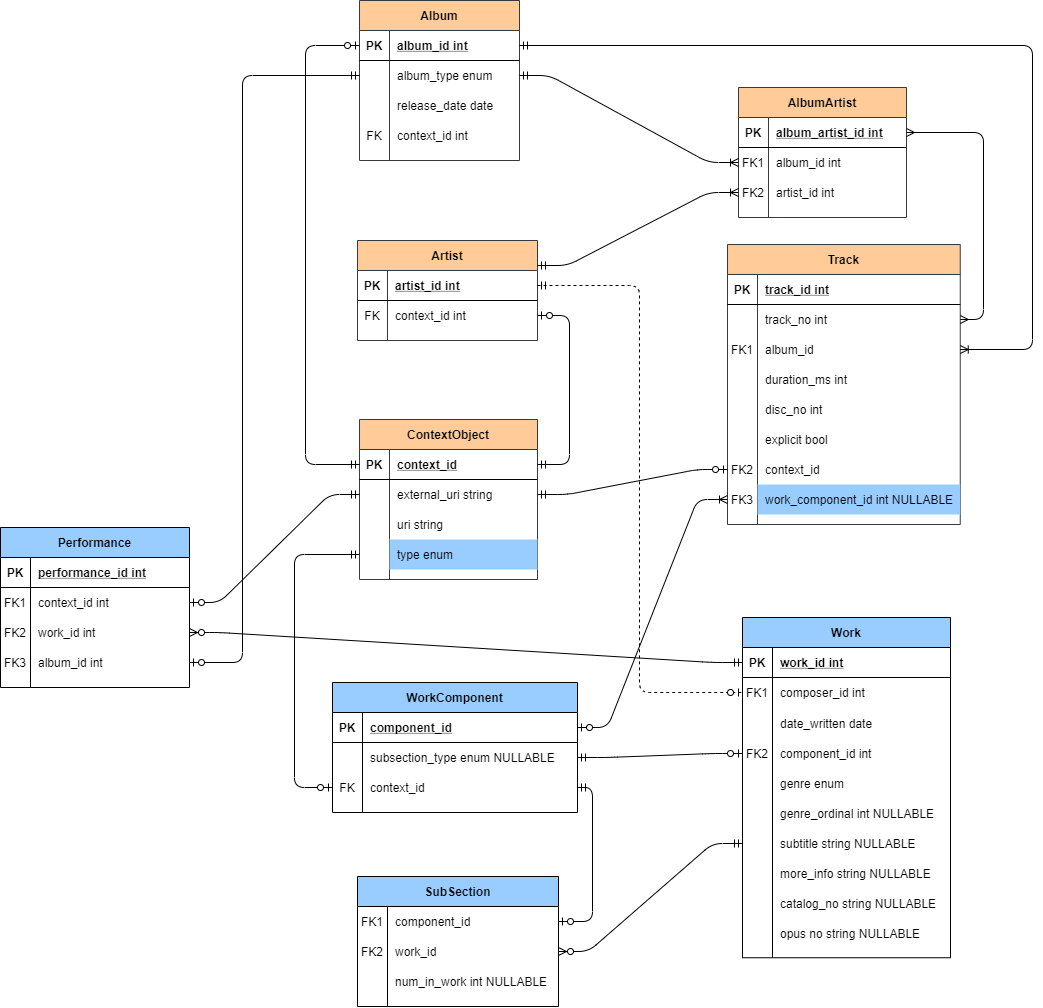
This is docs/spotify_opus_erd.png from james-menzies/spotify_opus, a draw.io export, as it was before one commit. Source tidied: cells renumbered, new cells last; positions are measured from the earlier drawing's top-left corner, leaving out a move shared by most shapes.
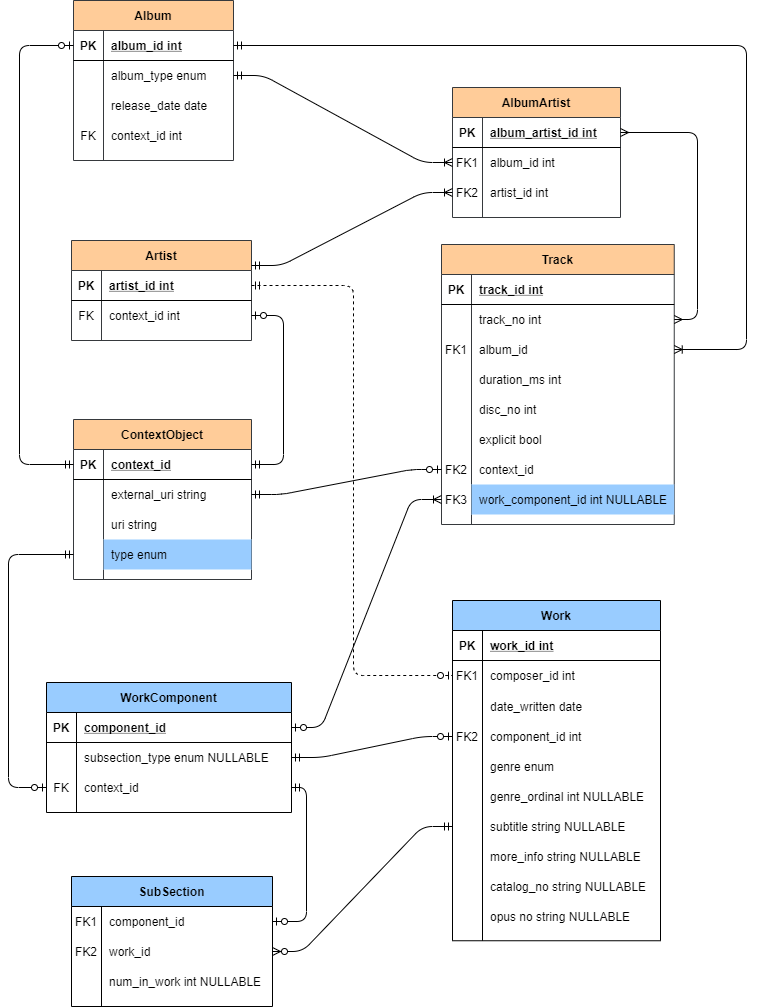
Later version of the same file.

Commit message:
erd simplified

What changed in the source:
```diff
@@ -275,7 +275,7 @@
       <mxGeometry x="30" width="215" height="30" as="geometry" />
     </mxCell>
     <mxCell id="87" value="Work" style="shape=table;startSize=30;rowLines=0;fontStyle=1;align=center;fillColor=#99CCFF;" parent="1" vertex="1">
-      <mxGeometry x="742" y="617" width="208" height="340.2" as="geometry" />
+      <mxGeometry x="738" y="600" width="208" height="340.2" as="geometry" />
     </mxCell>
     <mxCell id="88" style="shape=partialRectangle;fillColor=none;top=0;left=0;bottom=1;right=0;points=[[0,0.5],[1,0.5]];portConstraint=eastwest;" parent="87" vertex="1">
       <mxGeometry y="30" width="208" height="30" as="geometry" />
@@ -427,57 +427,5 @@
         </Array>
       </mxGeometry>
     </mxCell>
-    <mxCell id="134" value="Performance" style="shape=table;startSize=30;rowLines=0;fontStyle=1;align=center;fillColor=#99CCFF;" parent="1" vertex="1">
-      <mxGeometry y="527" width="189" height="160" as="geometry" />
-    </mxCell>
-    <mxCell id="135" style="shape=partialRectangle;fillColor=none;top=0;left=0;bottom=1;right=0;" parent="134" vertex="1">
-      <mxGeometry y="30" width="189" height="30" as="geometry" />
-    </mxCell>
-    <mxCell id="136" value="PK" style="shape=partialRectangle;fillColor=none;top=0;left=0;bottom=0;right=0;fontStyle=1;overflow=hidden;" parent="135" vertex="1">
-      <mxGeometry width="30" height="30" as="geometry" />
-    </mxCell>
-    <mxCell id="137" value="performance_id int" style="shape=partialRectangle;fillColor=none;top=0;left=0;bottom=0;right=0;align=left;spacingLeft=6;fontStyle=5;overflow=hidden;" parent="135" vertex="1">
-      <mxGeometry x="30" width="159" height="30" as="geometry" />
-    </mxCell>
-    <mxCell id="138" style="shape=partialRectangle;fillColor=none;top=0;left=0;bottom=0;right=0;points=[[0,0.5],[1,0.5]];portConstraint=eastwest;" parent="134" vertex="1">
-      <mxGeometry y="60" width="189" height="30" as="geometry" />
-    </mxCell>
-    <mxCell id="139" value="FK1" style="shape=partialRectangle;fillColor=none;top=0;left=0;bottom=0;right=0;overflow=hidden;" parent="138" vertex="1">
-      <mxGeometry width="30" height="30" as="geometry" />
-    </mxCell>
-    <mxCell id="140" value="context_id int" style="shape=partialRectangle;fillColor=none;top=0;left=0;bottom=0;right=0;align=left;spacingLeft=6;overflow=hidden;" parent="138" vertex="1">
-      <mxGeometry x="30" width="159" height="30" as="geometry" />
-    </mxCell>
-    <mxCell id="141" style="shape=partialRectangle;fillColor=none;top=0;left=0;bottom=0;right=0;points=[[0,0.5],[1,0.5]];portConstraint=eastwest;" parent="134" vertex="1">
-      <mxGeometry y="90" width="189" height="30" as="geometry" />
-    </mxCell>
-    <mxCell id="142" value="FK2" style="shape=partialRectangle;fillColor=none;top=0;left=0;bottom=0;right=0;overflow=hidden;" parent="141" vertex="1">
-      <mxGeometry width="30" height="30" as="geometry" />
-    </mxCell>
-    <mxCell id="143" value="work_id int" style="shape=partialRectangle;fillColor=none;top=0;left=0;bottom=0;right=0;align=left;spacingLeft=6;overflow=hidden;" parent="141" vertex="1">
-      <mxGeometry x="30" width="159" height="30" as="geometry" />
-    </mxCell>
-    <mxCell id="144" style="shape=partialRectangle;fillColor=none;top=0;left=0;bottom=0;right=0;points=[[0,0.5],[1,0.5]];portConstraint=eastwest;" parent="134" vertex="1">
-      <mxGeometry y="120" width="189" height="30" as="geometry" />
-    </mxCell>
-    <mxCell id="145" value="FK3" style="shape=partialRectangle;fillColor=none;top=0;left=0;bottom=0;right=0;overflow=hidden;" parent="144" vertex="1">
-      <mxGeometry width="30" height="30" as="geometry" />
-    </mxCell>
-    <mxCell id="146" value="album_id int" style="shape=partialRectangle;fillColor=none;top=0;left=0;bottom=0;right=0;align=left;spacingLeft=6;overflow=hidden;" parent="144" vertex="1">
-      <mxGeometry x="30" width="159" height="30" as="geometry" />
-    </mxCell>
-    <mxCell id="147" style="edgeStyle=entityRelationEdgeStyle;fontSize=12;html=1;endArrow=ERzeroToOne;startArrow=ERmandOne;entryX=1;entryY=0.5;entryDx=0;entryDy=0;labelBackgroundColor=none;exitX=0;exitY=0.5;exitDx=0;exitDy=0;" parent="1" edge="1" source="65" target="138">
-      <mxGeometry relative="1" as="geometry" />
-    </mxCell>
-    <mxCell id="148" style="edgeStyle=entityRelationEdgeStyle;fontSize=12;html=1;endArrow=ERmandOne;startArrow=ERzeroToMany;entryX=0;entryY=0.5;entryDx=0;entryDy=0;labelBackgroundColor=none;exitX=1;exitY=0.5;exitDx=0;exitDy=0;endFill=0;startFill=1;" parent="1" edge="1" source="141" target="88">
-      <mxGeometry relative="1" as="geometry" />
-    </mxCell>
-    <mxCell id="149" style="edgeStyle=elbowEdgeStyle;fontSize=12;html=1;endArrow=ERmandOne;startArrow=ERzeroToOne;entryX=0;entryY=0.5;entryDx=0;entryDy=0;labelBackgroundColor=none;exitX=1;exitY=0.5;exitDx=0;exitDy=0;endFill=0;startFill=1;" parent="1" edge="1" source="144" target="31">
-      <mxGeometry relative="1" as="geometry">
-        <Array as="points">
-          <mxPoint x="242" y="385" />
-        </Array>
-      </mxGeometry>
-    </mxCell>
   </root>
 </mxGraphModel>
```
